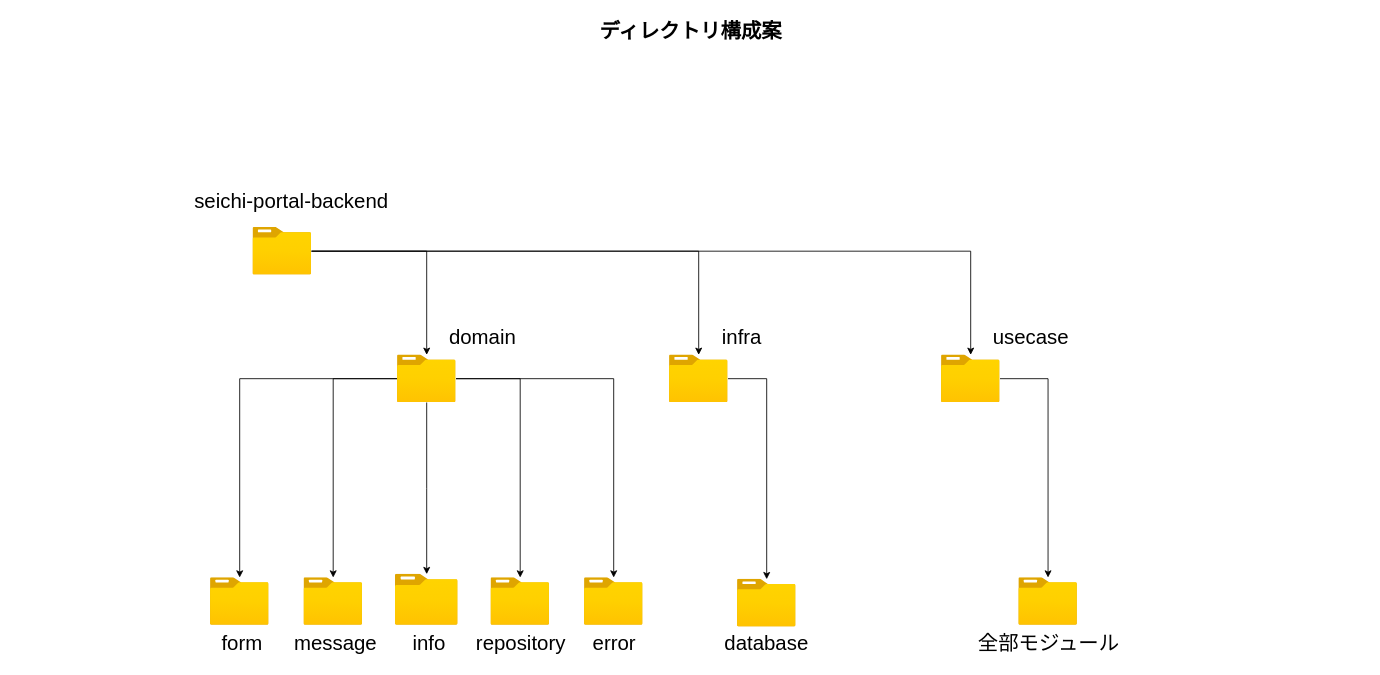
The draw.io diagram 名称未設定ファイル.drawio in loliGothicK/cxx-demo, before the edit. Source tidied: cells renumbered, new cells numbered last; positions are measured from the earlier drawing's top-left corner, leaving out a move shared by most shapes. Both pictures are drawn from the tidied source at 85%, with x=0, y=0 at pixel (14, 14).
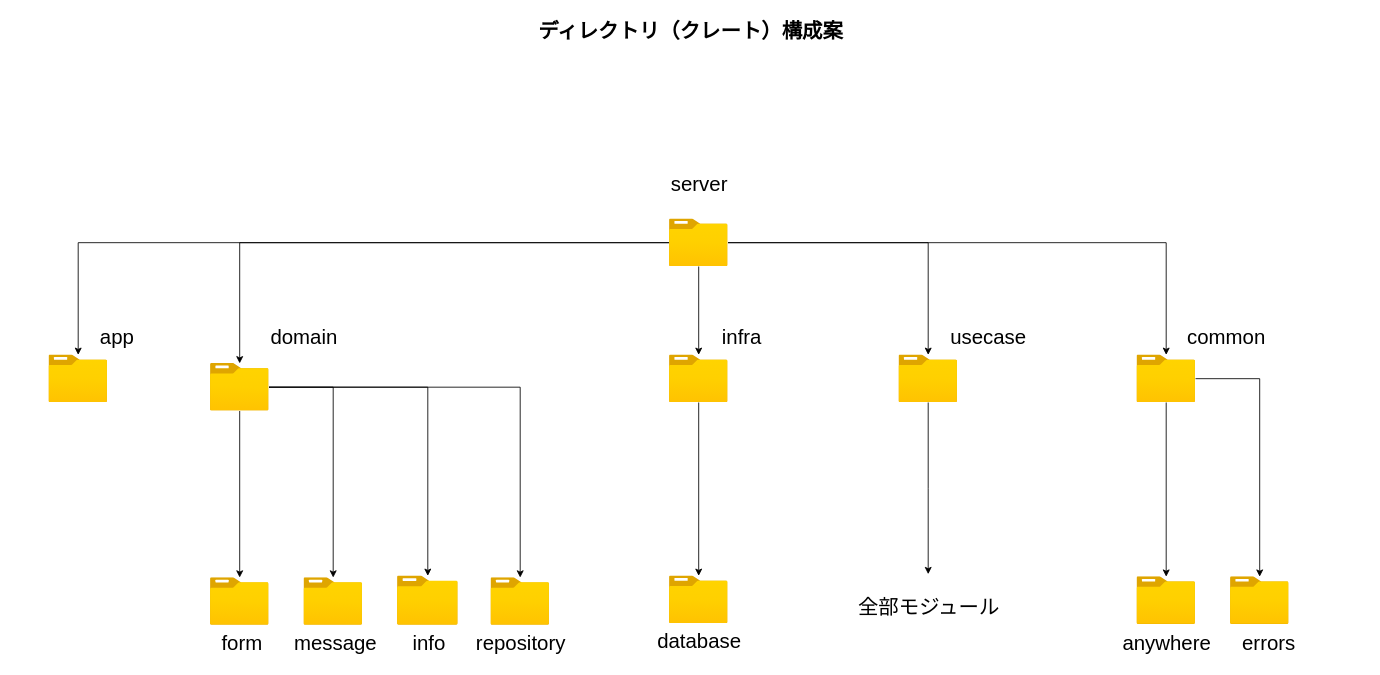
The same page after the edit.

Commit message:
名称未設定ファイル.drawio を更新します

What changed in the source:
```diff
@@
-    <mxCell id="2" value="ディレクトリ構成案" style="text;strokeColor=none;fillColor=none;html=1;fontSize=24;fontStyle=1;verticalAlign=middle;align=center;" parent="1" vertex="1">
+    <mxCell id="2" value="ディレクトリ（クレート）構成案" style="text;strokeColor=none;fillColor=none;html=1;fontSize=24;fontStyle=1;verticalAlign=middle;align=center;" parent="1" vertex="1">
       <mxGeometry width="1590" height="40" as="geometry" />
     </mxCell>
@@
+    <mxCell id="35" style="edgeStyle=orthogonalEdgeStyle;rounded=0;jettySize=auto;html=1;fontSize=24;" parent="1" edge="1" source="6" target="37">
+      <mxGeometry relative="1" as="geometry" />
+    </mxCell>
+    <mxCell id="36" style="edgeStyle=orthogonalEdgeStyle;rounded=0;jettySize=auto;html=1;fontSize=24;" parent="1" edge="1" source="6" target="41">
+      <mxGeometry relative="1" as="geometry" />
+    </mxCell>
     <mxCell id="6" style="html=1;points=[];align=center;image;fontSize=12;image=img/lib/azure2/general/Folder_Blank.svg;" parent="1" vertex="1">
-      <mxGeometry x="280" y="250" width="69" height="56" as="geometry" />
+      <mxGeometry x="770" y="240" width="69" height="56" as="geometry" />
     </mxCell>
@@
-    <mxCell id="9" style="edgeStyle=orthogonalEdgeStyle;rounded=0;jettySize=auto;html=1;fontSize=24;" parent="1" edge="1" source="12" target="23">
-      <mxGeometry relative="1" as="geometry" />
-    </mxCell>
@@
     <mxCell id="12" style="html=1;points=[];align=center;image;fontSize=12;image=img/lib/azure2/general/Folder_Blank.svg;" parent="1" vertex="1">
-      <mxGeometry x="450" y="400" width="69" height="56" as="geometry" />
+      <mxGeometry x="230" y="410" width="69" height="56" as="geometry" />
     </mxCell>
@@
-    <mxCell id="15" style="edgeStyle=orthogonalEdgeStyle;rounded=0;jettySize=auto;html=1;fontSize=24;" parent="1" edge="1" source="16" target="33">
-      <mxGeometry relative="1" as="geometry" />
+    <mxCell id="15" style="edgeStyle=orthogonalEdgeStyle;rounded=0;jettySize=auto;html=1;fontSize=24;" parent="1" edge="1" source="16">
+      <mxGeometry relative="1" as="geometry">
+        <mxPoint x="1074.5" y="658" as="targetPoint" />
+      </mxGeometry>
     </mxCell>
     <mxCell id="16" style="html=1;points=[];align=center;image;fontSize=12;image=img/lib/azure2/general/Folder_Blank.svg;" parent="1" vertex="1">
-      <mxGeometry x="1090" y="400" width="69" height="56" as="geometry" />
+      <mxGeometry x="1040" y="400" width="69" height="56" as="geometry" />
     </mxCell>
-    <mxCell id="17" value="&lt;div&gt;&lt;font style=&quot;font-size: 24px;&quot;&gt;seichi-portal-backend&lt;/font&gt;&lt;/div&gt;" style="text;html=1;align=center;verticalAlign=middle;strokeColor=none;fillColor=none;" parent="1" vertex="1">
-      <mxGeometry x="200" y="200" width="250" height="40" as="geometry" />
+    <mxCell id="17" value="&lt;font style=&quot;font-size: 24px;&quot;&gt;server&lt;/font&gt;" style="text;html=1;align=center;verticalAlign=middle;strokeColor=none;fillColor=none;" parent="1" vertex="1">
+      <mxGeometry x="759.5" y="180" width="90" height="40" as="geometry" />
     </mxCell>
     <mxCell id="18" value="&lt;font style=&quot;font-size: 24px;&quot;&gt;domain&lt;/font&gt;" style="text;html=1;align=center;verticalAlign=middle;strokeColor=none;fillColor=none;" parent="1" vertex="1">
-      <mxGeometry x="500" y="360" width="100" height="40" as="geometry" />
+      <mxGeometry x="290" y="360" width="100" height="40" as="geometry" />
     </mxCell>
@@
     <mxCell id="20" value="&lt;font style=&quot;font-size: 24px;&quot;&gt;usecase&lt;/font&gt;" style="text;html=1;align=center;verticalAlign=middle;strokeColor=none;fillColor=none;" parent="1" vertex="1">
-      <mxGeometry x="1140" y="360" width="110" height="40" as="geometry" />
+      <mxGeometry x="1090" y="360" width="110" height="40" as="geometry" />
     </mxCell>
     <mxCell id="21" style="html=1;points=[];align=center;image;fontSize=12;image=img/lib/azure2/general/Folder_Blank.svg;" parent="1" vertex="1">
-      <mxGeometry x="447.5" y="658" width="73.9" height="60" as="geometry" />
+      <mxGeometry x="450" y="660" width="71.5" height="58" as="geometry" />
     </mxCell>
@@
-    <mxCell id="23" style="html=1;points=[];align=center;image;fontSize=12;image=img/lib/azure2/general/Folder_Blank.svg;" parent="1" vertex="1">
-      <mxGeometry x="670" y="662" width="69" height="56" as="geometry" />
-    </mxCell>
@@
-    <mxCell id="30" value="&lt;font style=&quot;font-size: 18px;&quot;&gt;&lt;font style=&quot;font-size: 24px;&quot;&gt;error&lt;/font&gt;&lt;/font&gt;" style="text;html=1;align=center;verticalAlign=middle;strokeColor=none;fillColor=none;" parent="1" vertex="1">
-      <mxGeometry x="669.5" y="720" width="70" height="40" as="geometry" />
-    </mxCell>
     <mxCell id="31" style="html=1;points=[];align=center;image;fontSize=12;image=img/lib/azure2/general/Folder_Blank.svg;" parent="1" vertex="1">
-      <mxGeometry x="850" y="664" width="69" height="56" as="geometry" />
+      <mxGeometry x="770" y="660" width="69" height="56" as="geometry" />
     </mxCell>
     <mxCell id="32" value="&lt;font style=&quot;font-size: 24px;&quot;&gt;database&lt;/font&gt;" style="text;html=1;align=center;verticalAlign=middle;strokeColor=none;fillColor=none;" parent="1" vertex="1">
-      <mxGeometry x="824" y="720" width="120" height="40" as="geometry" />
+      <mxGeometry x="744.5" y="717" width="120" height="40" as="geometry" />
     </mxCell>
-    <mxCell id="33" style="html=1;points=[];align=center;image;fontSize=12;image=img/lib/azure2/general/Folder_Blank.svg;" parent="1" vertex="1">
-      <mxGeometry x="1181" y="662" width="69" height="56" as="geometry" />
-    </mxCell>
     <mxCell id="34" value="&lt;font style=&quot;font-size: 24px;&quot;&gt;全部モジュール&lt;/font&gt;" style="text;html=1;align=center;verticalAlign=middle;strokeColor=none;fillColor=none;" parent="1" vertex="1">
-      <mxGeometry x="1120.5" y="720" width="190" height="40" as="geometry" />
+      <mxGeometry x="979.5" y="677" width="190" height="40" as="geometry" />
     </mxCell>
+    <mxCell id="37" style="html=1;points=[];align=center;image;fontSize=12;image=img/lib/azure2/general/Folder_Blank.svg;" parent="1" vertex="1">
+      <mxGeometry x="40" y="400" width="69" height="56" as="geometry" />
+    </mxCell>
+    <mxCell id="38" value="&lt;font style=&quot;font-size: 24px;&quot;&gt;app&lt;/font&gt;" style="text;html=1;align=center;verticalAlign=middle;strokeColor=none;fillColor=none;" parent="1" vertex="1">
+      <mxGeometry x="90" y="360" width="60" height="40" as="geometry" />
+    </mxCell>
+    <mxCell id="39" style="edgeStyle=orthogonalEdgeStyle;rounded=0;jettySize=auto;html=1;fontSize=24;" parent="1" edge="1" source="41" target="43">
+      <mxGeometry relative="1" as="geometry" />
+    </mxCell>
+    <mxCell id="40" style="edgeStyle=orthogonalEdgeStyle;rounded=0;jettySize=auto;html=1;fontSize=24;" parent="1" edge="1" source="41" target="44">
+      <mxGeometry relative="1" as="geometry" />
+    </mxCell>
+    <mxCell id="41" style="html=1;points=[];align=center;image;fontSize=12;image=img/lib/azure2/general/Folder_Blank.svg;" parent="1" vertex="1">
+      <mxGeometry x="1320" y="400" width="69" height="56" as="geometry" />
+    </mxCell>
+    <mxCell id="42" value="&lt;font style=&quot;font-size: 24px;&quot;&gt;common&lt;/font&gt;" style="text;html=1;align=center;verticalAlign=middle;strokeColor=none;fillColor=none;" parent="1" vertex="1">
+      <mxGeometry x="1365" y="360" width="120" height="40" as="geometry" />
+    </mxCell>
+    <mxCell id="43" style="html=1;points=[];align=center;image;fontSize=12;image=img/lib/azure2/general/Folder_Blank.svg;" parent="1" vertex="1">
+      <mxGeometry x="1320" y="661" width="69" height="56" as="geometry" />
+    </mxCell>
+    <mxCell id="44" style="html=1;points=[];align=center;image;fontSize=12;image=img/lib/azure2/general/Folder_Blank.svg;" parent="1" vertex="1">
+      <mxGeometry x="1430" y="661" width="69" height="56" as="geometry" />
+    </mxCell>
+    <mxCell id="45" value="&lt;font style=&quot;font-size: 24px;&quot;&gt;anywhere&lt;/font&gt;" style="text;html=1;align=center;verticalAlign=middle;strokeColor=none;fillColor=none;" parent="1" vertex="1">
+      <mxGeometry x="1289.5" y="720" width="130" height="40" as="geometry" />
+    </mxCell>
+    <mxCell id="46" value="&lt;font style=&quot;font-size: 24px;&quot;&gt;errors&lt;/font&gt;" style="text;html=1;align=center;verticalAlign=middle;strokeColor=none;fillColor=none;" parent="1" vertex="1">
+      <mxGeometry x="1430" y="720" width="90" height="40" as="geometry" />
+    </mxCell>
```
